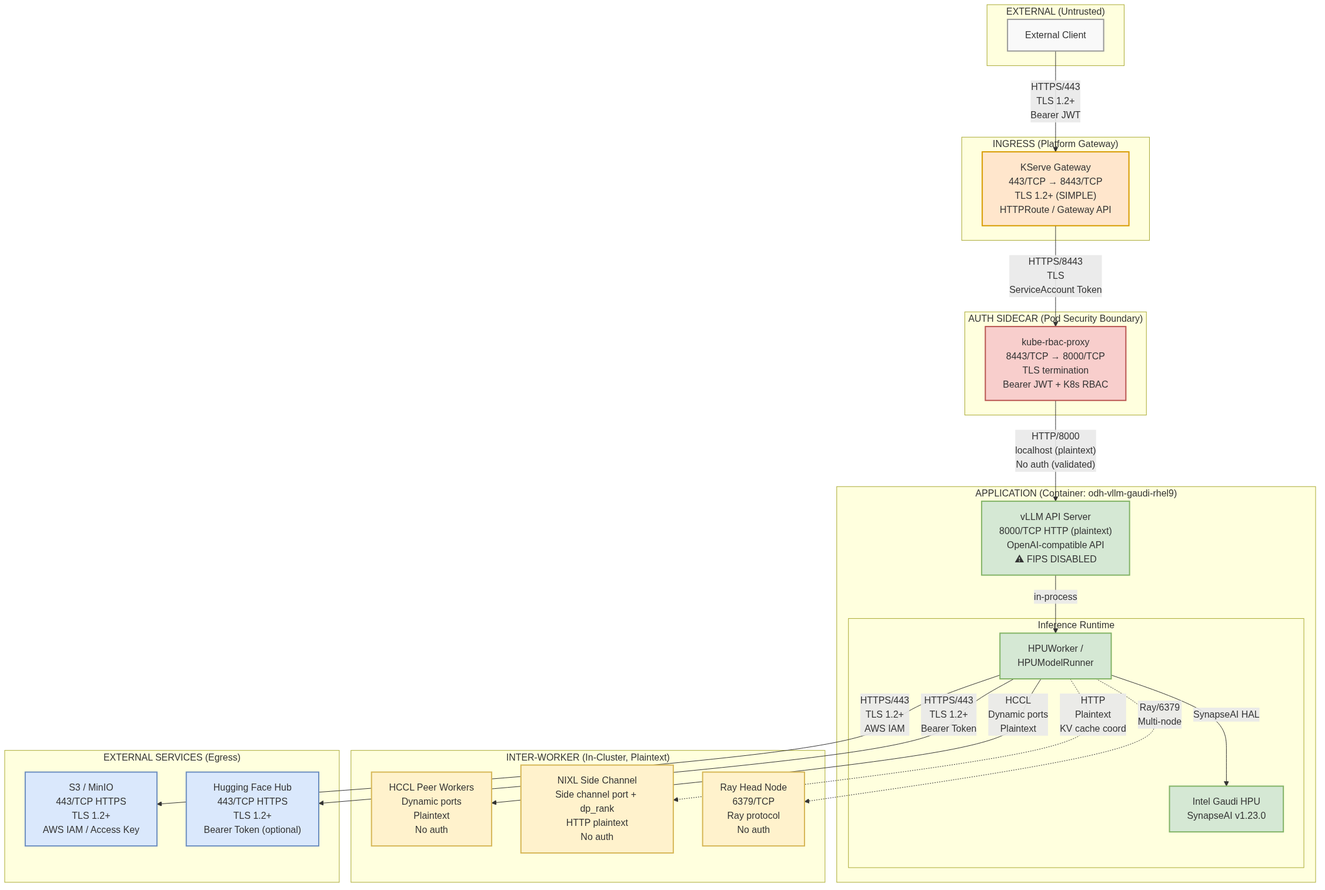
The Mermaid diagram architecture/rhoai.next/diagrams/vllm-gaudi-security-network.png in rhuss/architecture-context, before a commit. Its source is kept beside it as architecture/rhoai.next/diagrams/vllm-gaudi-security-network.mmd.
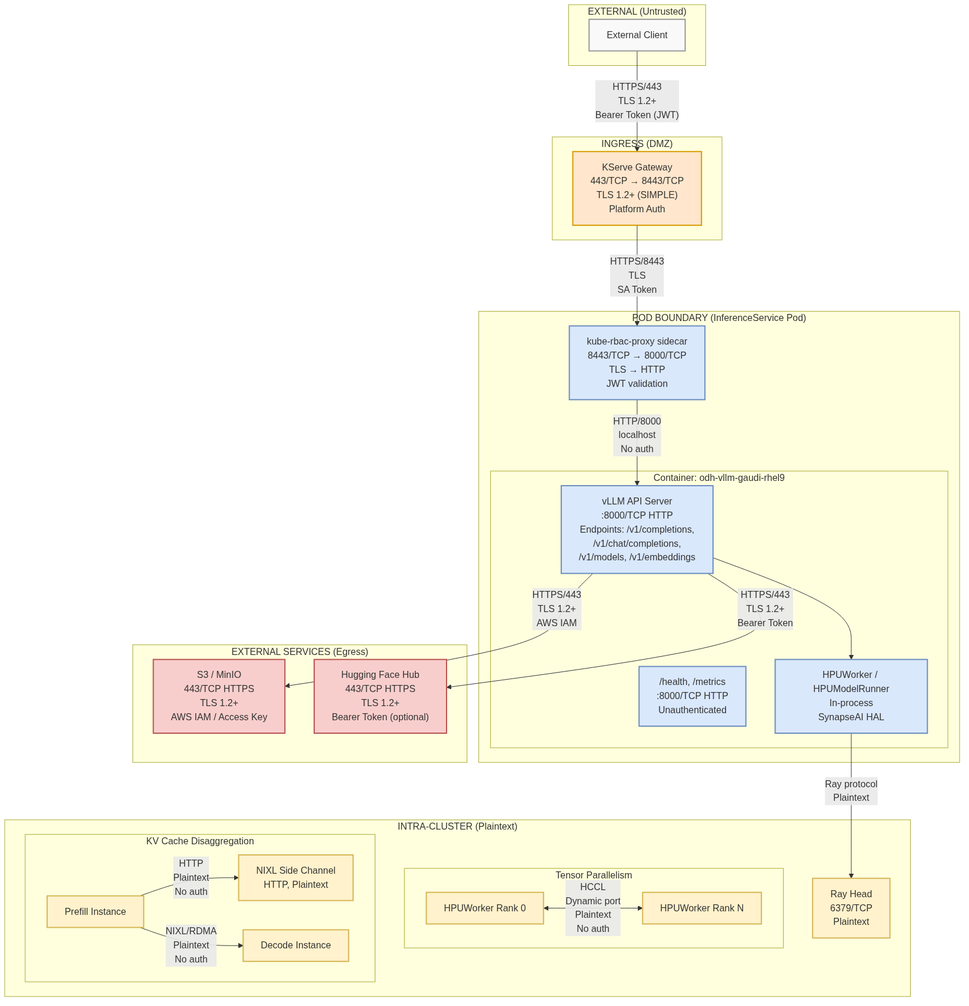
Later version of the same file.

Diff of the diagram source:
```diff
@@ -3,60 +3,68 @@
         Client["External Client"]
     end
 
-    subgraph Ingress["INGRESS (Platform Gateway)"]
-        Gateway["KServe Gateway<br/>443/TCP → 8443/TCP<br/>TLS 1.2+ (SIMPLE)<br/>HTTPRoute / Gateway API"]
+    subgraph Ingress["INGRESS (DMZ)"]
+        KServeGW["KServe Gateway<br/>443/TCP → 8443/TCP<br/>TLS 1.2+ (SIMPLE)<br/>Platform Auth"]
     end
 
-    subgraph AuthBoundary["AUTH SIDECAR (Pod Security Boundary)"]
-        RBACProxy["kube-rbac-proxy<br/>8443/TCP → 8000/TCP<br/>TLS termination<br/>Bearer JWT + K8s RBAC"]
+    subgraph Pod["POD BOUNDARY (InferenceService Pod)"]
+        direction TB
+
+        RBAC["kube-rbac-proxy sidecar<br/>8443/TCP → 8000/TCP<br/>TLS → HTTP<br/>JWT validation"]
+
+        subgraph Container["Container: odh-vllm-gaudi-rhel9"]
+            API["vLLM API Server<br/>:8000/TCP HTTP<br/>Endpoints: /v1/completions,<br/>/v1/chat/completions,<br/>/v1/models, /v1/embeddings"]
+            Health["/health, /metrics<br/>:8000/TCP HTTP<br/>Unauthenticated"]
+            Worker["HPUWorker / HPUModelRunner<br/>In-process<br/>SynapseAI HAL"]
+        end
     end
 
-    subgraph Application["APPLICATION (Container: odh-vllm-gaudi-rhel9)"]
+    subgraph IntraCluster["INTRA-CLUSTER (Plaintext)"]
         direction TB
 
-        APIServer["vLLM API Server<br/>8000/TCP HTTP (plaintext)<br/>OpenAI-compatible API<br/>⚠ FIPS DISABLED"]
-
-        subgraph Runtime["Inference Runtime"]
-            HPUWorker["HPUWorker /<br/>HPUModelRunner"]
-            GaudiDevice["Intel Gaudi HPU<br/>SynapseAI v1.23.0"]
+        subgraph HCCL_Zone["Tensor Parallelism"]
+            Worker0["HPUWorker Rank 0"]
+            WorkerN["HPUWorker Rank N"]
         end
 
-        APIServer -->|in-process| HPUWorker
-        HPUWorker -->|SynapseAI HAL| GaudiDevice
+        subgraph NIXL_Zone["KV Cache Disaggregation"]
+            Prefill["Prefill Instance"]
+            NixlChan["NIXL Side Channel<br/>HTTP, Plaintext"]
+            Decode["Decode Instance"]
+        end
+
+        Ray["Ray Head<br/>6379/TCP<br/>Plaintext"]
     end
 
-    subgraph InterWorker["INTER-WORKER (In-Cluster, Plaintext)"]
-        HCCL["HCCL Peer Workers<br/>Dynamic ports<br/>Plaintext<br/>No auth"]
-        NIXL["NIXL Side Channel<br/>Side channel port + dp_rank<br/>HTTP plaintext<br/>No auth"]
-        Ray["Ray Head Node<br/>6379/TCP<br/>Ray protocol<br/>No auth"]
+    subgraph ExternalSvc["EXTERNAL SERVICES (Egress)"]
+        S3["S3 / MinIO<br/>443/TCP HTTPS<br/>TLS 1.2+<br/>AWS IAM / Access Key"]
+        HF["Hugging Face Hub<br/>443/TCP HTTPS<br/>TLS 1.2+<br/>Bearer Token (optional)"]
     end
 
-    subgraph ExternalServices["EXTERNAL SERVICES (Egress)"]
-        S3["S3 / MinIO<br/>443/TCP HTTPS<br/>TLS 1.2+<br/>AWS IAM / Access Key"]
-        HFHub["Hugging Face Hub<br/>443/TCP HTTPS<br/>TLS 1.2+<br/>Bearer Token (optional)"]
-    end
+    Client -->|"HTTPS/443<br/>TLS 1.2+<br/>Bearer Token (JWT)"| KServeGW
+    KServeGW -->|"HTTPS/8443<br/>TLS<br/>SA Token"| RBAC
+    RBAC -->|"HTTP/8000<br/>localhost<br/>No auth"| API
 
-    Client -->|"HTTPS/443<br/>TLS 1.2+<br/>Bearer JWT"| Gateway
-    Gateway -->|"HTTPS/8443<br/>TLS<br/>ServiceAccount Token"| RBACProxy
-    RBACProxy -->|"HTTP/8000<br/>localhost (plaintext)<br/>No auth (validated)"| APIServer
+    API --> Worker
 
-    HPUWorker -->|"HCCL<br/>Dynamic ports<br/>Plaintext"| HCCL
-    HPUWorker -.->|"HTTP<br/>Plaintext<br/>KV cache coord"| NIXL
-    HPUWorker -.->|"Ray/6379<br/>Multi-node"| Ray
+    Worker0 <-->|"HCCL<br/>Dynamic port<br/>Plaintext<br/>No auth"| WorkerN
+    Prefill -->|"HTTP<br/>Plaintext<br/>No auth"| NixlChan
+    Prefill -->|"NIXL/RDMA<br/>Plaintext<br/>No auth"| Decode
+    Worker -->|"Ray protocol<br/>Plaintext"| Ray
 
-    HPUWorker -->|"HTTPS/443<br/>TLS 1.2+<br/>AWS IAM"| S3
-    HPUWorker -->|"HTTPS/443<br/>TLS 1.2+<br/>Bearer Token"| HFHub
+    API -->|"HTTPS/443<br/>TLS 1.2+<br/>AWS IAM"| S3
+    API -->|"HTTPS/443<br/>TLS 1.2+<br/>Bearer Token"| HF
 
     classDef external fill:#f9f9f9,stroke:#999,stroke-width:2px
     classDef ingress fill:#ffe6cc,stroke:#d79b00,stroke-width:2px
-    classDef auth fill:#f8cecc,stroke:#b85450,stroke-width:2px
-    classDef application fill:#d5e8d4,stroke:#82b366,stroke-width:2px
-    classDef interworker fill:#fff2cc,stroke:#d6b656,stroke-width:2px
-    classDef externalservice fill:#dae8fc,stroke:#6c8ebf,stroke-width:2px
+    classDef pod fill:#dae8fc,stroke:#6c8ebf,stroke-width:2px
+    classDef container fill:#d5e8d4,stroke:#82b366,stroke-width:2px
+    classDef intracluster fill:#fff2cc,stroke:#d6b656,stroke-width:2px
+    classDef externalservice fill:#f8cecc,stroke:#b85450,stroke-width:2px
+    classDef warning fill:#ff6666,stroke:#cc0000,stroke-width:2px,color:#fff
 
     class Client external
-    class Gateway ingress
-    class RBACProxy auth
-    class APIServer,HPUWorker,GaudiDevice application
-    class HCCL,NIXL,Ray interworker
-    class S3,HFHub externalservice
+    class KServeGW ingress
+    class RBAC,API,Health,Worker pod
+    class S3,HF externalservice
+    class Worker0,WorkerN,Prefill,NixlChan,Decode,Ray intracluster
```
